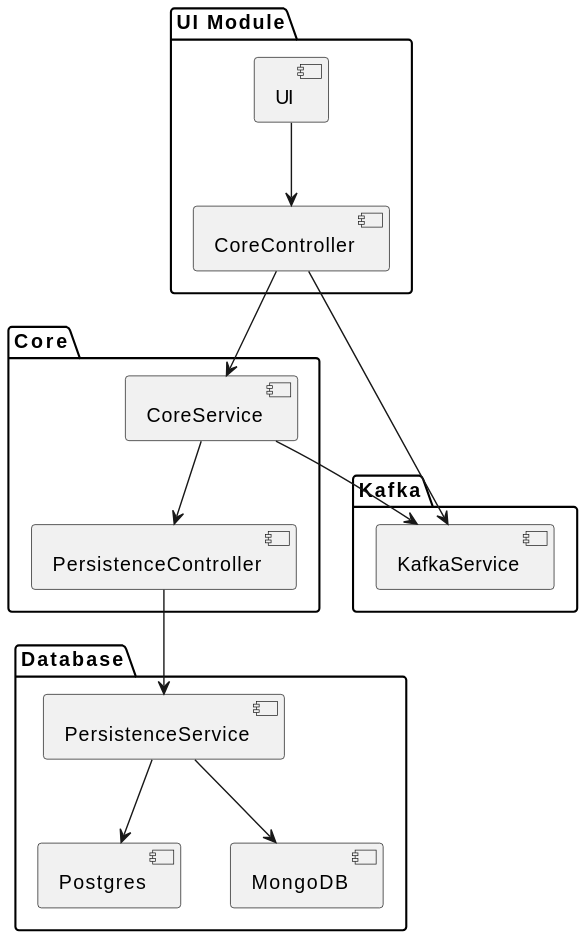
Earlier version of the PlantUML export arch.svg (FelixSubject211/ToyBrokersLudo).
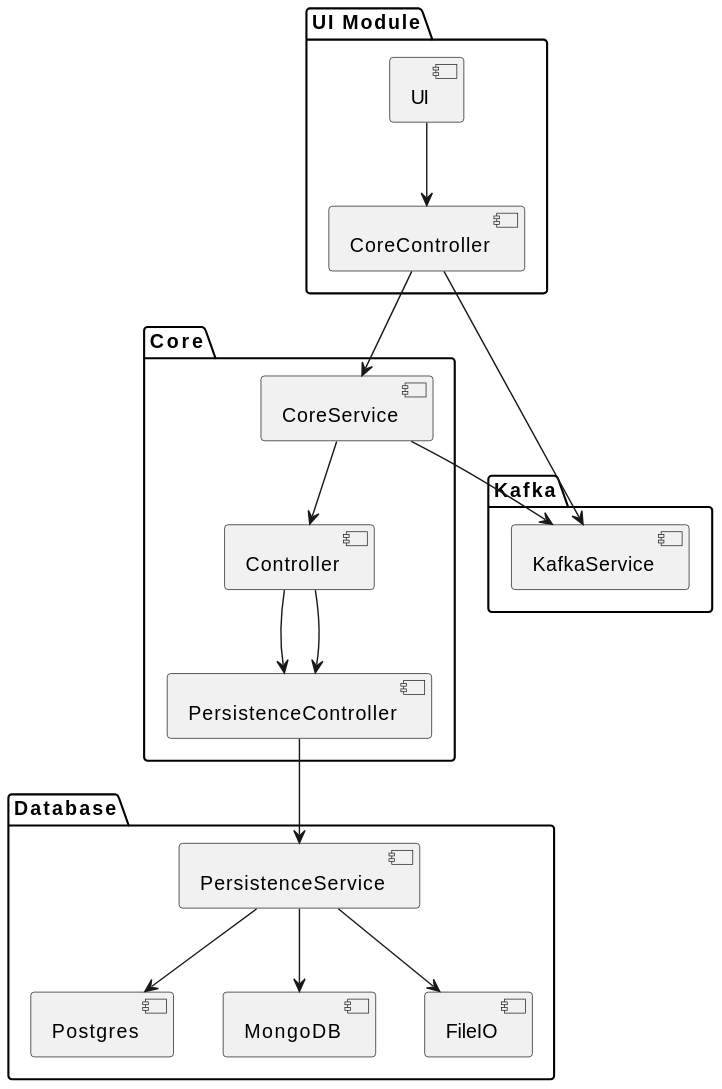
The same diagram one commit later.

What changed in the source:
```diff
@@ -1,26 +1,22 @@
 @startuml
 package "UI Module" {
-  [UI]
-  [CoreController]
-  UI --> CoreController
+  [UI] --> [CoreController]
 }
 package "Core" {
-  [CoreService]
-  [PersistenceController]
-  CoreController --> CoreService
-  CoreService --> PersistenceController
+  [CoreService] --> [Controller]
+  [Controller] --> [PersistenceController]
 }
 package "Database" {
-  [PersistenceService]
-  PersistenceController --> PersistenceService
-  [Postgres]
-  [MongoDB]
-  PersistenceService --> Postgres
-  PersistenceService --> MongoDB
+  [PersistenceService] --> [Postgres]
+  [PersistenceService] --> [MongoDB]
+  [PersistenceService] --> [FileIO]
 }
 package "Kafka" {
   [KafkaService]
-  CoreService --> KafkaService
-  CoreController --> KafkaService
 }
+[CoreController] --> [CoreService]
+[Controller] --> [PersistenceController]
+[PersistenceController] --> [PersistenceService]
+[CoreService] --> [KafkaService]
+[CoreController] --> [KafkaService]
 @enduml
```
